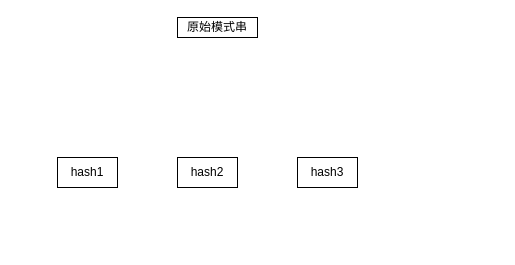
Before: quchong2.drawio in checkking/diagrams, a draw.io diagram. Source tidied: cells renumbered, new cells numbered last; positions are measured from the earlier drawing's top-left corner, leaving out a move shared by most shapes. Both pictures are drawn from the tidied source at 100%, with x=0, y=0 at pixel (57, 17).
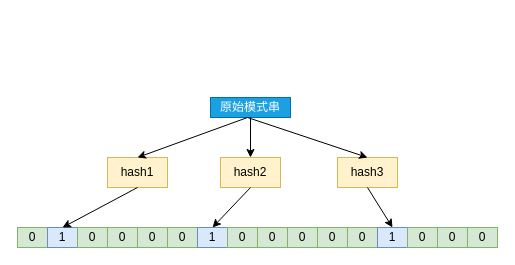
The same diagram, later.

What changed in the source:
```diff
@@
-    <mxCell id="2" value="原始模式串" style="rounded=0;whiteSpace=wrap;html=1;" parent="1" vertex="1">
-      <mxGeometry x="120" width="80" height="20" as="geometry" />
+    <mxCell id="2" value="原始模式串" style="rounded=0;whiteSpace=wrap;html=1;fillColor=#1ba1e2;strokeColor=#006EAF;fontColor=#ffffff;" parent="1" vertex="1">
+      <mxGeometry x="153" y="80" width="80" height="20" as="geometry" />
     </mxCell>
-    <mxCell id="3" value="hash1" style="rounded=0;whiteSpace=wrap;html=1;" parent="1" vertex="1">
-      <mxGeometry y="140" width="60" height="30" as="geometry" />
+    <mxCell id="3" value="hash1" style="rounded=0;whiteSpace=wrap;html=1;fillColor=#fff2cc;strokeColor=#d6b656;" parent="1" vertex="1">
+      <mxGeometry x="50" y="140" width="60" height="30" as="geometry" />
     </mxCell>
-    <mxCell id="4" value="hash2" style="rounded=0;whiteSpace=wrap;html=1;" parent="1" vertex="1">
-      <mxGeometry x="120" y="140" width="60" height="30" as="geometry" />
+    <mxCell id="4" value="hash2" style="rounded=0;whiteSpace=wrap;html=1;fillColor=#fff2cc;strokeColor=#d6b656;" parent="1" vertex="1">
+      <mxGeometry x="163" y="140" width="60" height="30" as="geometry" />
     </mxCell>
-    <mxCell id="5" value="hash3" style="rounded=0;whiteSpace=wrap;html=1;" parent="1" vertex="1">
-      <mxGeometry x="240" y="140" width="60" height="30" as="geometry" />
+    <mxCell id="5" value="hash3" style="rounded=0;whiteSpace=wrap;html=1;fillColor=#fff2cc;strokeColor=#d6b656;" parent="1" vertex="1">
+      <mxGeometry x="280" y="140" width="60" height="30" as="geometry" />
     </mxCell>
+    <mxCell id="6" value="0" style="rounded=0;whiteSpace=wrap;html=1;fillColor=#d5e8d4;strokeColor=#82b366;" parent="1" vertex="1">
+      <mxGeometry x="-40" y="210" width="30" height="20" as="geometry" />
+    </mxCell>
+    <mxCell id="7" value="1" style="rounded=0;whiteSpace=wrap;html=1;fillColor=#dae8fc;strokeColor=#6c8ebf;" parent="1" vertex="1">
+      <mxGeometry x="-10" y="210" width="30" height="20" as="geometry" />
+    </mxCell>
+    <mxCell id="8" value="0" style="rounded=0;whiteSpace=wrap;html=1;fillColor=#d5e8d4;strokeColor=#82b366;" parent="1" vertex="1">
+      <mxGeometry x="20" y="210" width="30" height="20" as="geometry" />
+    </mxCell>
+    <mxCell id="9" value="0" style="rounded=0;whiteSpace=wrap;html=1;fillColor=#d5e8d4;strokeColor=#82b366;" parent="1" vertex="1">
+      <mxGeometry x="50" y="210" width="30" height="20" as="geometry" />
+    </mxCell>
+    <mxCell id="10" value="0" style="rounded=0;whiteSpace=wrap;html=1;fillColor=#d5e8d4;strokeColor=#82b366;" parent="1" vertex="1">
+      <mxGeometry x="80" y="210" width="30" height="20" as="geometry" />
+    </mxCell>
+    <mxCell id="11" value="0" style="rounded=0;whiteSpace=wrap;html=1;fillColor=#d5e8d4;strokeColor=#82b366;" parent="1" vertex="1">
+      <mxGeometry x="110" y="210" width="30" height="20" as="geometry" />
+    </mxCell>
+    <mxCell id="12" value="1" style="rounded=0;whiteSpace=wrap;html=1;fillColor=#dae8fc;strokeColor=#6c8ebf;" parent="1" vertex="1">
+      <mxGeometry x="140" y="210" width="30" height="20" as="geometry" />
+    </mxCell>
+    <mxCell id="13" value="0" style="rounded=0;whiteSpace=wrap;html=1;fillColor=#d5e8d4;strokeColor=#82b366;" parent="1" vertex="1">
+      <mxGeometry x="170" y="210" width="30" height="20" as="geometry" />
+    </mxCell>
+    <mxCell id="14" value="0" style="rounded=0;whiteSpace=wrap;html=1;fillColor=#d5e8d4;strokeColor=#82b366;" parent="1" vertex="1">
+      <mxGeometry x="200" y="210" width="30" height="20" as="geometry" />
+    </mxCell>
+    <mxCell id="15" value="0" style="rounded=0;whiteSpace=wrap;html=1;fillColor=#d5e8d4;strokeColor=#82b366;" parent="1" vertex="1">
+      <mxGeometry x="230" y="210" width="30" height="20" as="geometry" />
+    </mxCell>
+    <mxCell id="16" value="0" style="rounded=0;whiteSpace=wrap;html=1;fillColor=#d5e8d4;strokeColor=#82b366;" parent="1" vertex="1">
+      <mxGeometry x="260" y="210" width="30" height="20" as="geometry" />
+    </mxCell>
+    <mxCell id="17" value="0" style="rounded=0;whiteSpace=wrap;html=1;fillColor=#d5e8d4;strokeColor=#82b366;" parent="1" vertex="1">
+      <mxGeometry x="290" y="210" width="30" height="20" as="geometry" />
+    </mxCell>
+    <mxCell id="18" value="1" style="rounded=0;whiteSpace=wrap;html=1;fillColor=#dae8fc;strokeColor=#6c8ebf;" parent="1" vertex="1">
+      <mxGeometry x="320" y="210" width="30" height="20" as="geometry" />
+    </mxCell>
+    <mxCell id="19" value="0" style="rounded=0;whiteSpace=wrap;html=1;fillColor=#d5e8d4;strokeColor=#82b366;" parent="1" vertex="1">
+      <mxGeometry x="350" y="210" width="30" height="20" as="geometry" />
+    </mxCell>
+    <mxCell id="20" value="0" style="rounded=0;whiteSpace=wrap;html=1;fillColor=#d5e8d4;strokeColor=#82b366;" parent="1" vertex="1">
+      <mxGeometry x="380" y="210" width="30" height="20" as="geometry" />
+    </mxCell>
+    <mxCell id="21" value="0" style="rounded=0;whiteSpace=wrap;html=1;fillColor=#d5e8d4;strokeColor=#82b366;" parent="1" vertex="1">
+      <mxGeometry x="410" y="210" width="30" height="20" as="geometry" />
+    </mxCell>
+    <mxCell id="22" style="endArrow=classic;html=1;exitX=0.5;exitY=1;exitDx=0;exitDy=0;entryX=0.5;entryY=0;entryDx=0;entryDy=0;" parent="1" edge="1" source="2" target="4">
+      <mxGeometry relative="1" as="geometry" />
+    </mxCell>
+    <mxCell id="23" style="endArrow=classic;html=1;entryX=0.5;entryY=0;entryDx=0;entryDy=0;" parent="1" edge="1" target="5">
+      <mxGeometry relative="1" as="geometry">
+        <mxPoint x="190" y="100" as="sourcePoint" />
+      </mxGeometry>
+    </mxCell>
+    <mxCell id="24" style="endArrow=classic;html=1;entryX=0.5;entryY=0;entryDx=0;entryDy=0;" parent="1" edge="1" target="3">
+      <mxGeometry relative="1" as="geometry">
+        <mxPoint x="190" y="100" as="sourcePoint" />
+      </mxGeometry>
+    </mxCell>
+    <mxCell id="25" style="endArrow=classic;html=1;exitX=0.5;exitY=1;exitDx=0;exitDy=0;entryX=0.5;entryY=0;entryDx=0;entryDy=0;" parent="1" edge="1" source="3" target="7">
+      <mxGeometry relative="1" as="geometry" />
+    </mxCell>
+    <mxCell id="26" style="endArrow=classic;html=1;exitX=0.5;exitY=1;exitDx=0;exitDy=0;entryX=0.5;entryY=0;entryDx=0;entryDy=0;" parent="1" edge="1" source="4" target="12">
+      <mxGeometry relative="1" as="geometry" />
+    </mxCell>
+    <mxCell id="27" style="endArrow=classic;html=1;exitX=0.5;exitY=1;exitDx=0;exitDy=0;entryX=0.5;entryY=0;entryDx=0;entryDy=0;" parent="1" edge="1" source="5" target="18">
+      <mxGeometry relative="1" as="geometry" />
+    </mxCell>
```
